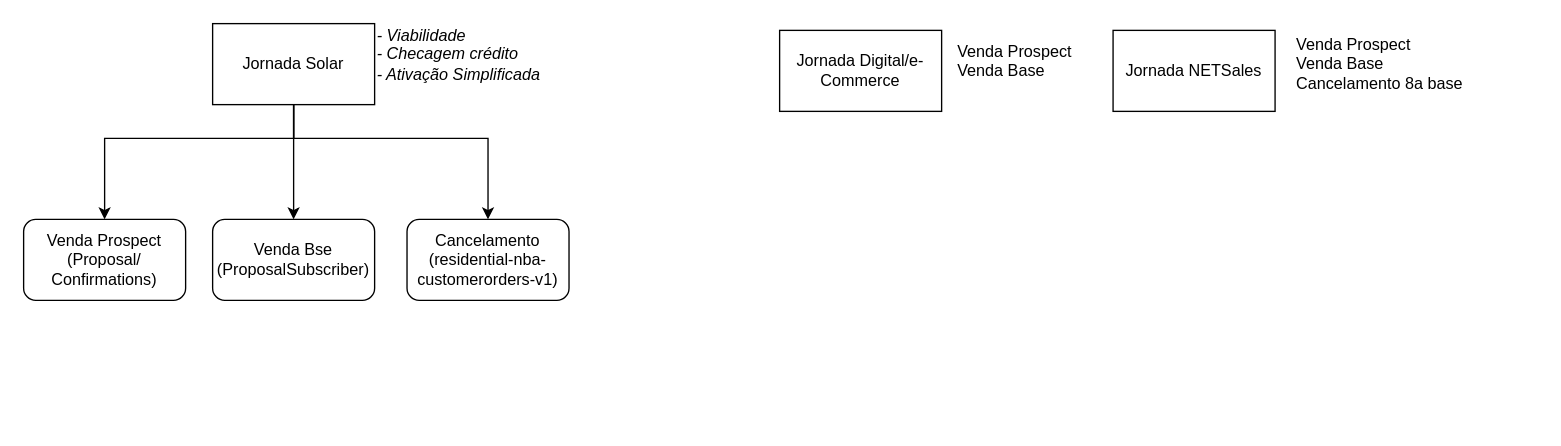
This is 129734 - FWA em Áreas não Cabeadas.drawio from samirali/ClaroBrasil, a draw.io file, before an edit. Source tidied: cells renumbered, new cells numbered last; positions are measured from the earlier drawing's top-left corner, leaving out a move shared by most shapes. Both pictures are drawn from the tidied source at 135%, with x=0, y=0 at pixel (23, 23).
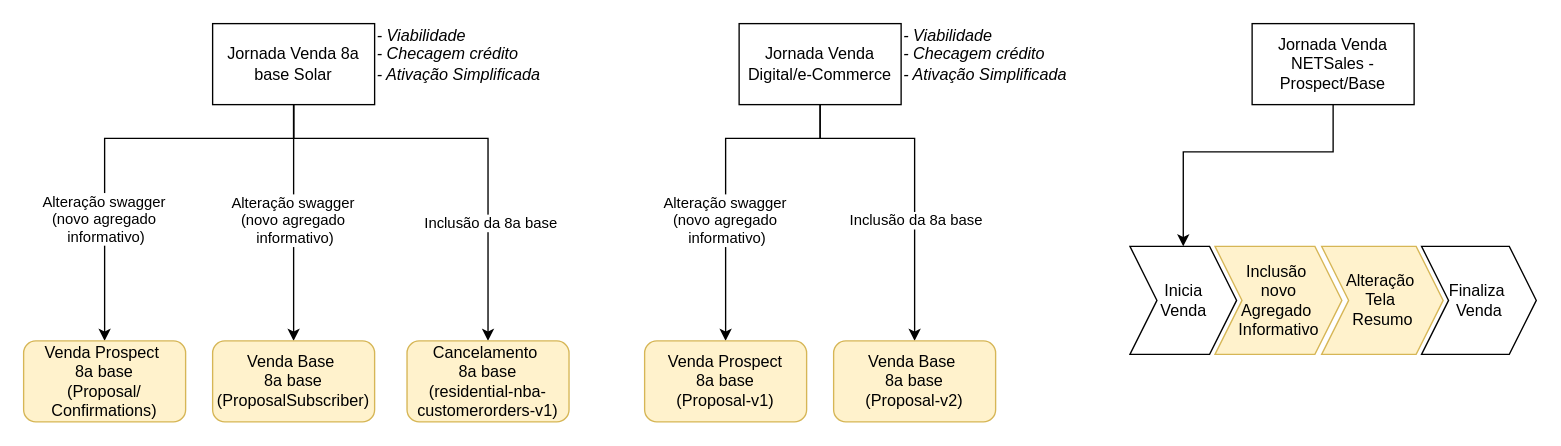
The same diagram, later.

Unchanged cells that the change refers to:
```xml
<mxCell id="2" style="edgeStyle=orthogonalEdgeStyle;rounded=0;jettySize=auto;html=1;" parent="1" edge="1" source="5" target="10">
  <mxGeometry relative="1" as="geometry">
    <Array as="points">
      <mxPoint x="200" y="85" />
      <mxPoint x="60" y="85" />
    </Array>
  </mxGeometry>
</mxCell>
<mxCell id="3" style="edgeStyle=orthogonalEdgeStyle;rounded=0;jettySize=auto;html=1;entryX=0.5;entryY=0;entryDx=0;entryDy=0;" parent="1" edge="1" source="5" target="11">
  <mxGeometry relative="1" as="geometry" />
</mxCell>
<mxCell id="4" style="edgeStyle=orthogonalEdgeStyle;rounded=0;jettySize=auto;html=1;entryX=0.5;entryY=0;entryDx=0;entryDy=0;" parent="1" edge="1" source="5" target="12">
  <mxGeometry relative="1" as="geometry">
    <Array as="points">
      <mxPoint x="200" y="85" />
      <mxPoint x="344" y="85" />
    </Array>
  </mxGeometry>
</mxCell>
```

What changed in the source:
```diff
@@
+    <mxCell id="14" value="Alteração swagger&amp;nbsp;&lt;div&gt;(novo agregado&amp;nbsp;&lt;/div&gt;&lt;div&gt;informativo)&lt;/div&gt;" style="edgeLabel;html=1;align=center;verticalAlign=middle;" parent="2" vertex="1">
+      <mxGeometry x="0.34" y="-2" relative="1" as="geometry">
+        <mxPoint x="2" y="13" as="offset" />
+      </mxGeometry>
+    </mxCell>
@@
+    <mxCell id="15" style="edgeLabel;html=1;align=center;verticalAlign=middle;" parent="3" vertex="1">
+      <mxGeometry x="-0.15" y="-3" relative="1" as="geometry" />
+    </mxCell>
@@
+    <mxCell id="16" value="Inclusão da 8a base" style="edgeLabel;html=1;align=center;verticalAlign=middle;" parent="4" vertex="1">
+      <mxGeometry x="0.45" y="1" relative="1" as="geometry" />
+    </mxCell>
-    <mxCell id="5" value="Jornada Solar" style="rounded=0;whiteSpace=wrap;html=1;" parent="1" vertex="1">
+    <mxCell id="5" value="Jornada Venda 8a base Solar" style="rounded=0;whiteSpace=wrap;html=1;" parent="1" vertex="1">
       <mxGeometry x="140" width="120" height="60" as="geometry" />
     </mxCell>
+    <mxCell id="17" style="edgeStyle=orthogonalEdgeStyle;rounded=0;jettySize=auto;html=1;entryX=0.5;entryY=0;entryDx=0;entryDy=0;" parent="1" edge="1" source="6" target="21">
+      <mxGeometry relative="1" as="geometry">
+        <Array as="points">
+          <mxPoint x="590" y="85" />
+          <mxPoint x="520" y="85" />
+        </Array>
+      </mxGeometry>
+    </mxCell>
+    <mxCell id="18" style="edgeStyle=orthogonalEdgeStyle;rounded=0;jettySize=auto;html=1;" parent="1" edge="1" source="6" target="22">
+      <mxGeometry relative="1" as="geometry">
+        <Array as="points">
+          <mxPoint x="590" y="85" />
+          <mxPoint x="660" y="85" />
+        </Array>
+      </mxGeometry>
+    </mxCell>
-    <mxCell id="6" value="Jornada Digital/e-Commerce" style="rounded=0;whiteSpace=wrap;html=1;" parent="1" vertex="1">
-      <mxGeometry x="560" y="5" width="120" height="60" as="geometry" />
+    <mxCell id="6" value="Jornada Venda Digital/e-Commerce" style="rounded=0;whiteSpace=wrap;html=1;" parent="1" vertex="1">
+      <mxGeometry x="530" width="120" height="60" as="geometry" />
     </mxCell>
-    <mxCell id="7" value="Venda Prospect&lt;div&gt;Venda Base&lt;/div&gt;&lt;div&gt;Cancelamento 8a base&lt;/div&gt;" style="text;html=1;whiteSpace=wrap;strokeColor=none;fillColor=none;align=left;verticalAlign=middle;rounded=0;" parent="1" vertex="1">
-      <mxGeometry x="941" y="5" width="140" height="50" as="geometry" />
-    </mxCell>
-    <mxCell id="8" value="Venda Prospect&lt;div&gt;Venda Base&lt;/div&gt;&lt;div&gt;&lt;br&gt;&lt;/div&gt;" style="text;html=1;whiteSpace=wrap;strokeColor=none;fillColor=none;align=left;verticalAlign=middle;rounded=0;" parent="1" vertex="1">
-      <mxGeometry x="690" y="10" width="100" height="50" as="geometry" />
-    </mxCell>
+    <mxCell id="19" style="edgeStyle=orthogonalEdgeStyle;rounded=0;jettySize=auto;html=1;" parent="1" edge="1" source="9" target="27">
+      <mxGeometry relative="1" as="geometry">
+        <Array as="points">
+          <mxPoint x="970" y="95" />
+          <mxPoint x="859" y="95" />
+        </Array>
+      </mxGeometry>
+    </mxCell>
-    <mxCell id="9" value="Jornada NETSales" style="rounded=0;whiteSpace=wrap;html=1;" parent="1" vertex="1">
-      <mxGeometry x="807" y="5" width="120" height="60" as="geometry" />
+    <mxCell id="9" value="Jornada Venda NETSales - Prospect/Base" style="rounded=0;whiteSpace=wrap;html=1;" parent="1" vertex="1">
+      <mxGeometry x="910" width="120" height="60" as="geometry" />
     </mxCell>
-    <mxCell id="10" value="&lt;div&gt;Venda Prospect&lt;/div&gt;(Proposal/&lt;div&gt;Confirmations)&lt;/div&gt;" style="rounded=1;whiteSpace=wrap;html=1;" parent="1" vertex="1">
-      <mxGeometry y="145" width="120" height="60" as="geometry" />
+    <mxCell id="10" value="&lt;div&gt;Venda Prospect&amp;nbsp;&lt;/div&gt;&lt;div&gt;8a base&lt;/div&gt;(Proposal/&lt;div&gt;Confirmations)&lt;/div&gt;" style="rounded=1;whiteSpace=wrap;html=1;fillColor=#fff2cc;strokeColor=#d6b656;" parent="1" vertex="1">
+      <mxGeometry y="235" width="120" height="60" as="geometry" />
     </mxCell>
-    <mxCell id="11" value="&lt;div&gt;Venda Bse&lt;/div&gt;(ProposalSubscriber)" style="rounded=1;whiteSpace=wrap;html=1;" parent="1" vertex="1">
-      <mxGeometry x="140" y="145" width="120" height="60" as="geometry" />
+    <mxCell id="11" value="&lt;div&gt;Venda Base&amp;nbsp;&lt;/div&gt;&lt;div&gt;8a base&lt;/div&gt;(ProposalSubscriber)" style="rounded=1;whiteSpace=wrap;html=1;fillColor=#fff2cc;strokeColor=#d6b656;" parent="1" vertex="1">
+      <mxGeometry x="140" y="235" width="120" height="60" as="geometry" />
     </mxCell>
-    <mxCell id="12" value="&lt;div&gt;Cancelamento&lt;/div&gt;(&lt;span&gt;residential-nba-customerorders-v1&lt;/span&gt;)" style="rounded=1;whiteSpace=wrap;html=1;" parent="1" vertex="1">
-      <mxGeometry x="284" y="145" width="120" height="60" as="geometry" />
+    <mxCell id="12" value="&lt;div&gt;Cancelamento&amp;nbsp;&lt;/div&gt;&lt;div&gt;8a base&lt;/div&gt;(&lt;span&gt;residential-nba-customerorders-v1&lt;/span&gt;)" style="rounded=1;whiteSpace=wrap;html=1;fillColor=#fff2cc;strokeColor=#d6b656;" parent="1" vertex="1">
+      <mxGeometry x="284" y="235" width="120" height="60" as="geometry" />
     </mxCell>
@@
+    <mxCell id="20" value="Alteração swagger&amp;nbsp;&lt;div&gt;(novo agregado&amp;nbsp;&lt;/div&gt;&lt;div&gt;informativo)&lt;/div&gt;" style="edgeLabel;html=1;align=center;verticalAlign=middle;" parent="1" vertex="1">
+      <mxGeometry x="200" y="145" as="geometry" />
+    </mxCell>
+    <mxCell id="21" value="&lt;div&gt;Venda Prospect&lt;/div&gt;&lt;div&gt;8a base&lt;/div&gt;(Proposal-v1&lt;span style=&quot;background-color: transparent; color: light-dark(rgb(0, 0, 0), rgb(255, 255, 255));&quot;&gt;)&lt;/span&gt;" style="rounded=1;whiteSpace=wrap;html=1;fillColor=#fff2cc;strokeColor=#d6b656;" parent="1" vertex="1">
+      <mxGeometry x="460" y="235" width="120" height="60" as="geometry" />
+    </mxCell>
+    <mxCell id="22" value="&lt;div&gt;Venda Base&amp;nbsp;&lt;/div&gt;&lt;div&gt;8a base&lt;/div&gt;(Proposal-v2)" style="rounded=1;whiteSpace=wrap;html=1;fillColor=#fff2cc;strokeColor=#d6b656;" parent="1" vertex="1">
+      <mxGeometry x="600" y="235" width="120" height="60" as="geometry" />
+    </mxCell>
+    <mxCell id="23" value="Alteração swagger&amp;nbsp;&lt;div&gt;(novo agregado&amp;nbsp;&lt;/div&gt;&lt;div&gt;informativo)&lt;/div&gt;" style="edgeLabel;html=1;align=center;verticalAlign=middle;" parent="1" vertex="1">
+      <mxGeometry x="520" y="145" as="geometry" />
+    </mxCell>
+    <mxCell id="24" value="Inclusão da 8a base" style="edgeLabel;html=1;align=center;verticalAlign=middle;" parent="1" vertex="1">
+      <mxGeometry x="660" y="145" as="geometry" />
+    </mxCell>
+    <mxCell id="25" value="- Viabilidade&lt;div&gt;- Checagem crédito&lt;/div&gt;&lt;div&gt;- Ativação Simplificada&lt;/div&gt;&lt;div&gt;&lt;div&gt;&lt;br&gt;&lt;/div&gt;&lt;/div&gt;" style="text;html=1;whiteSpace=wrap;strokeColor=none;fillColor=none;align=left;verticalAlign=middle;rounded=0;fontStyle=2;" parent="1" vertex="1">
+      <mxGeometry x="650" y="5" width="180" height="50" as="geometry" />
+    </mxCell>
+    <mxCell id="26" value="Inclusão&amp;nbsp;&lt;div&gt;novo&lt;/div&gt;&lt;div&gt;Agregado&amp;nbsp;&lt;div&gt;Informativo&lt;/div&gt;&lt;/div&gt;" style="shape=step;perimeter=stepPerimeter;whiteSpace=wrap;html=1;fixedSize=1;fillColor=#fff2cc;strokeColor=#d6b656;" parent="1" vertex="1">
+      <mxGeometry x="882.5" y="165" width="94" height="80" as="geometry" />
+    </mxCell>
+    <mxCell id="27" value="Inicia&lt;div&gt;Venda&lt;/div&gt;" style="shape=step;perimeter=stepPerimeter;whiteSpace=wrap;html=1;fixedSize=1;" parent="1" vertex="1">
+      <mxGeometry x="819.5" y="165" width="79" height="80" as="geometry" />
+    </mxCell>
+    <mxCell id="28" value="Alteração&amp;nbsp;&lt;div&gt;Tela&amp;nbsp;&lt;/div&gt;&lt;div&gt;Resumo&lt;/div&gt;" style="shape=step;perimeter=stepPerimeter;whiteSpace=wrap;html=1;fixedSize=1;fillColor=#fff2cc;strokeColor=#d6b656;" parent="1" vertex="1">
+      <mxGeometry x="961.5" y="165" width="90" height="80" as="geometry" />
+    </mxCell>
+    <mxCell id="29" value="Finaliza&amp;nbsp;&lt;div&gt;Venda&lt;/div&gt;" style="shape=step;perimeter=stepPerimeter;whiteSpace=wrap;html=1;fixedSize=1;" parent="1" vertex="1">
+      <mxGeometry x="1035.5" y="165" width="85" height="80" as="geometry" />
+    </mxCell>
```
